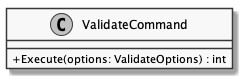
insightmind/MORR keeps this PlantUML diagram as documents/sd/resources/Classes/Core/CLI/ValidateCommand.png. Above is the earlier version. The source it was exported from:
```plantuml
@startuml
skinparam monochrome true
skinparam classAttributeIconSize 0

class ValidateCommand {
    + Execute(options: ValidateOptions) : int
}

@enduml
```
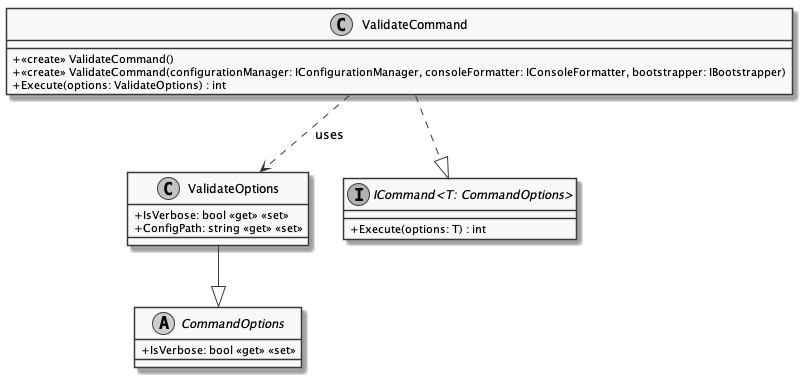
The same diagram one commit later.

What changed in the source:
```diff
@@ -1,9 +1,26 @@
-@startuml
+@startuml ValidateCommand
 skinparam monochrome true
 skinparam classAttributeIconSize 0
 
 class ValidateCommand {
+    + <<create>> ValidateCommand()
+    + <<create>> ValidateCommand(configurationManager: IConfigurationManager, consoleFormatter: IConsoleFormatter, bootstrapper: IBootstrapper)
     + Execute(options: ValidateOptions) : int
 }
 
+class ValidateOptions {
+    + IsVerbose: bool <<get>> <<set>>
+    + ConfigPath: string <<get>> <<set>>
+}
+interface "ICommand<T: CommandOptions>" {
+    + Execute(options: T) : int
+}
+abstract class CommandOptions {
+    + IsVerbose: bool <<get>> <<set>>
+}
+
+ValidateOptions --|> CommandOptions
+ValidateCommand ..> ValidateOptions : "uses"
+ValidateCommand ..|> "ICommand<T: CommandOptions>"
+
 @enduml
```
